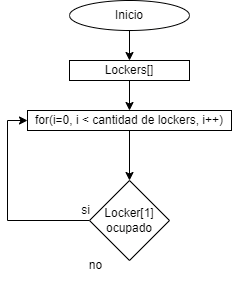
dasamepu/Flujo-de-funciones-para-encapsular-algoritmos keeps this draw.io diagram as Locker para bicicletas.png. Above is the earlier version. Source tidied: cells renumbered, new cells last; positions are measured from the earlier drawing's top-left corner, leaving out a move shared by most shapes.
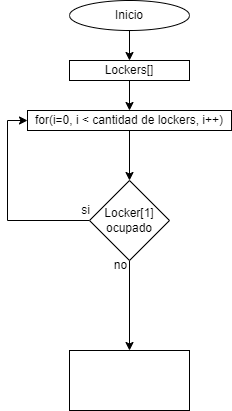
After the commit.

Change to the diagram source:
```diff
@@ -28,14 +28,20 @@
         </Array>
       </mxGeometry>
     </mxCell>
+    <mxCell id="12" style="edgeStyle=orthogonalEdgeStyle;rounded=0;jettySize=auto;html=1;" parent="1" edge="1" source="9" target="13">
+      <mxGeometry relative="1" as="geometry" />
+    </mxCell>
     <mxCell id="9" value="Locker[1] ocupado" style="rhombus;whiteSpace=wrap;html=1;" parent="1" vertex="1">
       <mxGeometry x="82" y="180" width="80" height="80" as="geometry" />
     </mxCell>
     <mxCell id="10" value="no" style="text;html=1;align=center;verticalAlign=middle;strokeColor=none;fillColor=none;" parent="1" vertex="1">
-      <mxGeometry x="68" y="250" width="40" height="30" as="geometry" />
+      <mxGeometry x="93" y="250" width="40" height="30" as="geometry" />
     </mxCell>
     <mxCell id="11" value="si" style="text;html=1;align=center;verticalAlign=middle;strokeColor=none;fillColor=none;" parent="1" vertex="1">
       <mxGeometry x="63" y="195" width="30" height="30" as="geometry" />
     </mxCell>
+    <mxCell id="13" style="whiteSpace=wrap;html=1;" parent="1" vertex="1">
+      <mxGeometry x="62" y="350" width="120" height="60" as="geometry" />
+    </mxCell>
   </root>
 </mxGraphModel>
```
